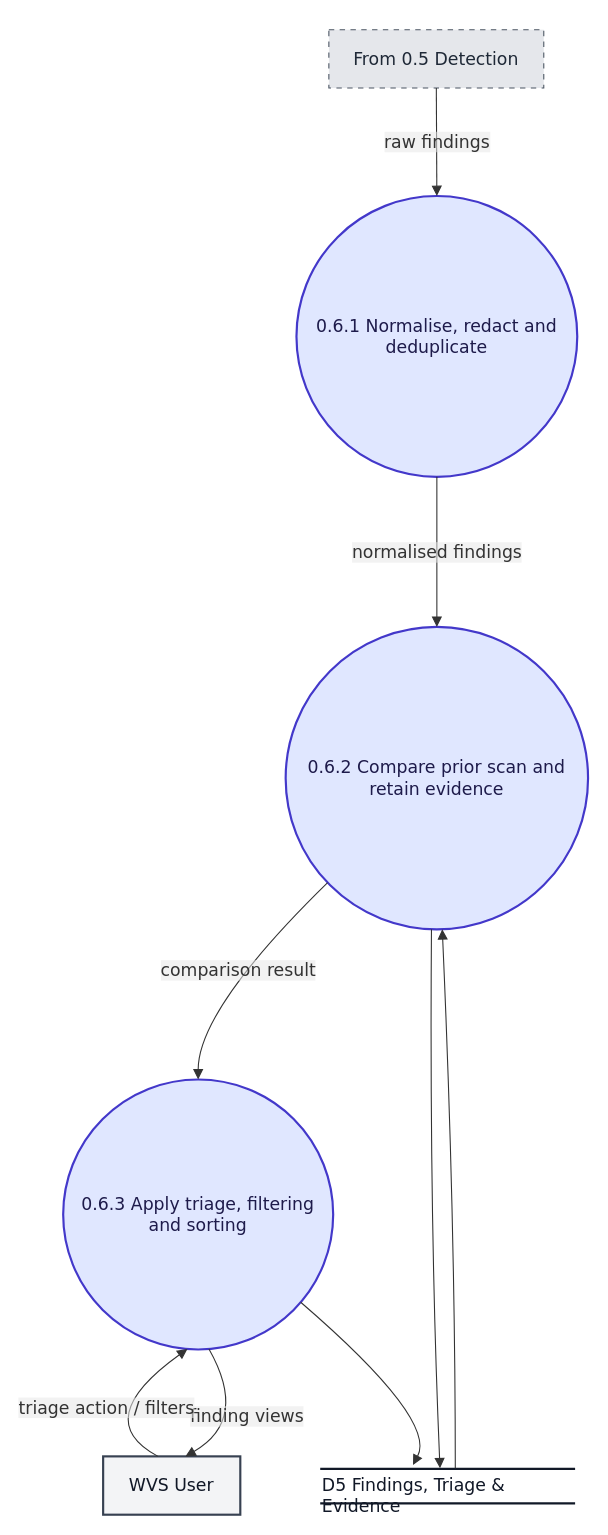
ksacheth/software-engineering keeps this draw.io diagram as docs/dfd/mermaid/f.6.drawio. Above is the earlier version. Source tidied: cells renumbered, new cells numbered last; positions are measured from the earlier drawing's top-left corner, leaving out a move shared by most shapes. Both pictures are drawn from the tidied source at 108%, with x=0, y=0 at pixel (18, 18).
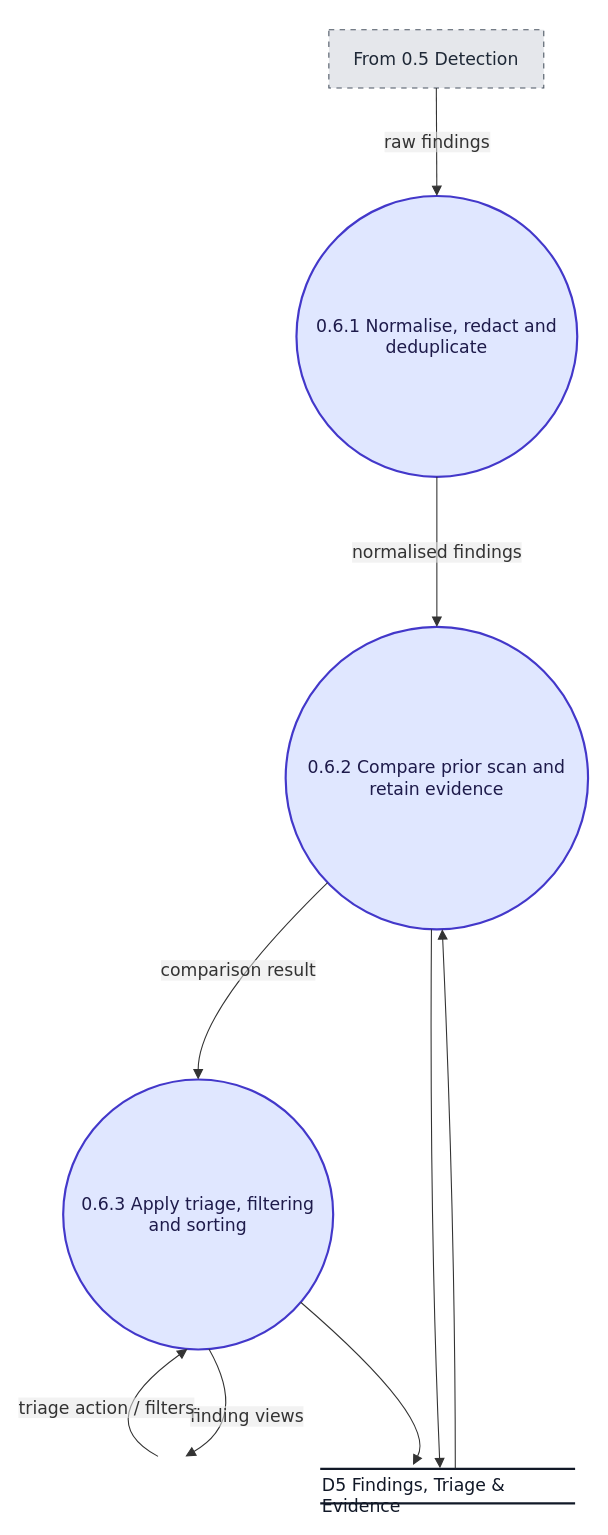
Above is the later version.

Unchanged cells that the change refers to:
```xml
<mxCell id="2" style="group;transparentBounds=1;editIcon=1;lockedGroup=0;groupPadding=10;" parent="1" vertex="1">
  <mxGeometry as="geometry" />
</mxCell>
<mxCell id="7" value="0.6.3 Apply triage, filtering and sorting" style="ellipse;html=1;strokeWidth=2;whiteSpace=wrap;fillColor=#e0e7ff;strokeColor=#4338ca;fontColor=#1e1b4b;fontFamily=Trebuchet MS,Verdana,Arial,sans-serif;fontSize=16;" parent="2" vertex="1">
  <mxGeometry x="41" y="982" width="250" height="250" as="geometry" />
</mxCell>
```

Diff of the diagram source:
```diff
@@
-    <mxCell id="4" value="WVS User" style="html=1;whiteSpace=wrap;strokeWidth=2;fillColor=#f3f4f6;strokeColor=#374151;fontColor=#111827;fontFamily=Trebuchet MS,Verdana,Arial,sans-serif;fontSize=16;" parent="2" vertex="1">
-      <mxGeometry x="78" y="1331" width="127" height="54" as="geometry" />
-    </mxCell>
@@
-    <mxCell id="14" value="finding views" style="curved=1;startArrow=none;endArrow=block;endSize=7;strokeColor=light-dark(#333333,#cccccc);html=1;fontSize=16;labelBackgroundColor=light-dark(#E8E8E88D,#2a2a2a8D);fontFamily=Trebuchet MS,Verdana,Arial,sans-serif;fontColor=light-dark(#333333,#cccccc);exitX=0.54;exitY=1;entryX=0.6;entryY=0;" parent="2" edge="1" source="7" target="4">
+    <mxCell id="14" value="finding views" style="curved=1;startArrow=none;endArrow=block;endSize=7;strokeColor=light-dark(#333333,#cccccc);html=1;fontSize=16;labelBackgroundColor=light-dark(#E8E8E88D,#2a2a2a8D);fontFamily=Trebuchet MS,Verdana,Arial,sans-serif;fontColor=light-dark(#333333,#cccccc);exitX=0.54;exitY=1;entryX=0.6;entryY=0;" parent="2" edge="1" source="7">
       <mxGeometry relative="1" as="geometry">
+        <mxPoint x="154.2" y="1331" as="targetPoint" />
         <Array as="points">
           <mxPoint x="213" y="1297" />
         </Array>
       </mxGeometry>
     </mxCell>
@@
-    <mxCell id="17" value="triage action / filters" style="curved=1;startArrow=none;endArrow=block;endSize=7;strokeColor=light-dark(#333333,#cccccc);html=1;fontSize=16;labelBackgroundColor=light-dark(#E8E8E88D,#2a2a2a8D);fontFamily=Trebuchet MS,Verdana,Arial,sans-serif;fontColor=light-dark(#333333,#cccccc);exitX=0.4;exitY=0;entryX=0.46;entryY=1;" parent="2" edge="1" source="4" target="7">
+    <mxCell id="17" value="triage action / filters" style="curved=1;startArrow=none;endArrow=block;endSize=7;strokeColor=light-dark(#333333,#cccccc);html=1;fontSize=16;labelBackgroundColor=light-dark(#E8E8E88D,#2a2a2a8D);fontFamily=Trebuchet MS,Verdana,Arial,sans-serif;fontColor=light-dark(#333333,#cccccc);exitX=0.4;exitY=0;entryX=0.46;entryY=1;" parent="2" edge="1" target="7">
       <mxGeometry relative="1" as="geometry">
+        <mxPoint x="128.8" y="1331" as="sourcePoint" />
         <Array as="points">
           <mxPoint x="65" y="1297" />
         </Array>
       </mxGeometry>
     </mxCell>
```
